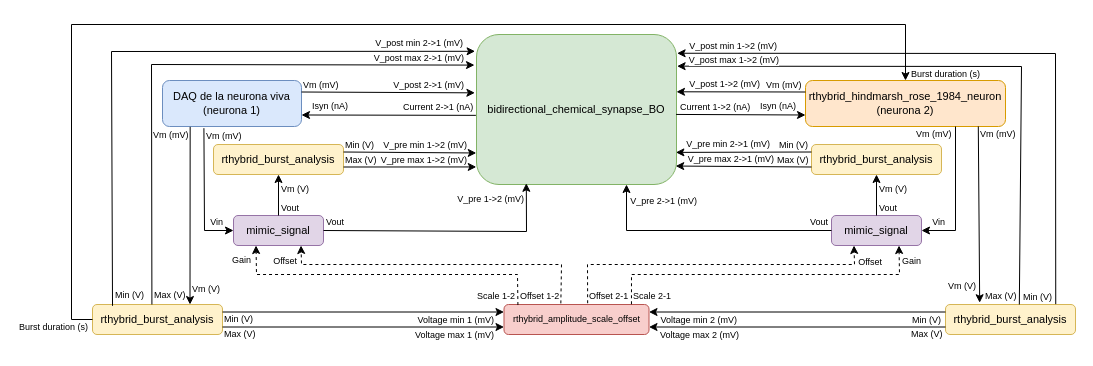
This is memoria/Workspace/TFG_Marco_Gómez/codigos_figuras/drawio/esquema_modulos_online_viva.drawio from MarcoGomezHernandez/TFG, a draw.io file, before an edit. Source tidied: cells renumbered, new cells numbered last; positions are measured from the earlier drawing's top-left corner, leaving out a move shared by most shapes. Both pictures are drawn from the tidied source at 100%, with x=0, y=0 at pixel (71, 24).
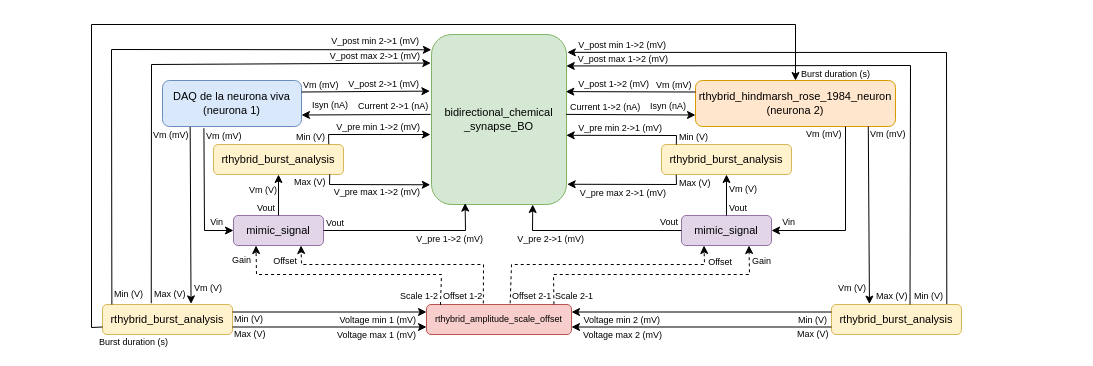
The same diagram, later.

Unchanged cells that the change refers to:
```xml
<mxCell id="4" value="DAQ de la neurona viva&lt;div&gt;(neurona 1)&lt;/div&gt;" style="rounded=1;whiteSpace=wrap;html=1;fillColor=#dae8fc;strokeColor=#6c8ebf;fontFamily=Helvetica;fontSize=11;" parent="1" vertex="1">
  <mxGeometry x="91" y="56" width="139" height="46" as="geometry" />
</mxCell>
<mxCell id="18" value="mimic_signal" style="rounded=1;whiteSpace=wrap;html=1;fillColor=#e1d5e7;strokeColor=#9673a6;fontFamily=Helvetica;fontSize=11;" parent="1" vertex="1">
  <mxGeometry x="162" y="191" width="90" height="30" as="geometry" />
</mxCell>
<mxCell id="73" value="rthybrid_burst_analysis" style="rounded=1;whiteSpace=wrap;html=1;fontFamily=Helvetica;fontSize=11;fillColor=#fff2cc;strokeColor=#d6b656;" parent="1" vertex="1">
  <mxGeometry x="142" y="120" width="130" height="30" as="geometry" />
</mxCell>
<mxCell id="74" style="endArrow=classic;html=1;rounded=0;exitX=0.5;exitY=0;exitDx=0;exitDy=0;entryX=0.5;entryY=1;entryDx=0;entryDy=0;fontFamily=Helvetica;fontSize=9;" parent="1" edge="1" source="18" target="73">
  <mxGeometry relative="1" as="geometry" />
</mxCell>
```

The edit, as a diff of the source:
```diff
@@
     <mxCell id="2" value="rthybrid_hindmarsh_rose_1984_neuron&lt;div&gt;(neurona 2)&lt;/div&gt;" style="rounded=1;whiteSpace=wrap;html=1;fillColor=#ffe6cc;strokeColor=#d79b00;fontFamily=Helvetica;fontSize=11;" parent="1" vertex="1">
-      <mxGeometry x="734" y="56" width="200" height="46" as="geometry" />
+      <mxGeometry x="624" y="56" width="200" height="46" as="geometry" />
     </mxCell>
-    <mxCell id="3" value="bidirectional_chemical_synapse_BO" style="rounded=1;whiteSpace=wrap;html=1;fillColor=#d5e8d4;strokeColor=#82b366;fontFamily=Helvetica;fontSize=11;" parent="1" vertex="1">
-      <mxGeometry x="405" y="10" width="200" height="150" as="geometry" />
+    <mxCell id="3" value="bidirectional_chemical&lt;div&gt;_synapse_BO&lt;/div&gt;" style="rounded=1;whiteSpace=wrap;html=1;fillColor=#d5e8d4;strokeColor=#82b366;fontFamily=Helvetica;fontSize=11;" parent="1" vertex="1">
+      <mxGeometry x="360" y="10" width="135" height="170" as="geometry" />
     </mxCell>
@@
     <mxCell id="5" value="rthybrid_burst_analysis" style="rounded=1;whiteSpace=wrap;html=1;fontFamily=Helvetica;fontSize=11;fillColor=#fff2cc;strokeColor=#d6b656;" parent="1" vertex="1">
-      <mxGeometry x="21" y="280" width="130" height="30" as="geometry" />
+      <mxGeometry x="31" y="280" width="130" height="30" as="geometry" />
     </mxCell>
-    <mxCell id="6" style="endArrow=classic;html=1;rounded=0;entryX=0.75;entryY=0;entryDx=0;entryDy=0;exitX=0.199;exitY=1.008;exitDx=0;exitDy=0;fontFamily=Helvetica;fontSize=9;exitPerimeter=0;" parent="1" edge="1" source="4" target="5">
+    <mxCell id="6" style="endArrow=classic;html=1;rounded=0;entryX=0.681;entryY=-0.021;entryDx=0;entryDy=0;exitX=0.199;exitY=1.008;exitDx=0;exitDy=0;fontFamily=Helvetica;fontSize=9;exitPerimeter=0;entryPerimeter=0;" parent="1" edge="1" source="4" target="5">
       <mxGeometry relative="1" as="geometry" />
     </mxCell>
@@
-    <mxCell id="9" style="endArrow=classic;html=1;rounded=0;entryX=-0.007;entryY=0.112;entryDx=0;entryDy=0;entryPerimeter=0;fontFamily=Helvetica;fontSize=9;exitX=0.154;exitY=0.045;exitDx=0;exitDy=0;exitPerimeter=0;" parent="1" edge="1" source="5" target="3">
+    <mxCell id="9" style="endArrow=classic;html=1;rounded=0;entryX=-0.001;entryY=0.09;entryDx=0;entryDy=0;entryPerimeter=0;fontFamily=Helvetica;fontSize=9;exitX=0.072;exitY=0.001;exitDx=0;exitDy=0;exitPerimeter=0;" parent="1" edge="1" source="5" target="3">
       <mxGeometry relative="1" as="geometry">
         <Array as="points">
-          <mxPoint x="40" y="27" />
+          <mxPoint x="40" y="25" />
         </Array>
       </mxGeometry>
     </mxCell>
@@
-    <mxCell id="12" style="endArrow=classic;html=1;rounded=0;exitX=0.457;exitY=0;exitDx=0;exitDy=0;entryX=-0.01;entryY=0.204;entryDx=0;entryDy=0;fontFamily=Helvetica;fontSize=9;exitPerimeter=0;entryPerimeter=0;" parent="1" edge="1" source="5" target="3">
+    <mxCell id="12" style="endArrow=classic;html=1;rounded=0;exitX=0.375;exitY=-0.042;exitDx=0;exitDy=0;entryX=-0.005;entryY=0.168;entryDx=0;entryDy=0;fontFamily=Helvetica;fontSize=9;exitPerimeter=0;entryPerimeter=0;" parent="1" edge="1" source="5" target="3">
       <mxGeometry relative="1" as="geometry">
         <Array as="points">
           <mxPoint x="80" y="40" />
         </Array>
       </mxGeometry>
     </mxCell>
@@
-    <mxCell id="15" style="endArrow=classic;html=1;rounded=0;exitX=0;exitY=0.5;exitDx=0;exitDy=0;entryX=0.5;entryY=0;entryDx=0;entryDy=0;fontFamily=Helvetica;fontSize=9;" parent="1" edge="1" source="5" target="2">
+    <mxCell id="15" style="endArrow=classic;html=1;rounded=0;entryX=0.5;entryY=0;entryDx=0;entryDy=0;fontFamily=Helvetica;fontSize=9;exitX=0;exitY=0.75;exitDx=0;exitDy=0;" parent="1" edge="1" source="5" target="2">
       <mxGeometry relative="1" as="geometry">
         <Array as="points">
-          <mxPoint y="295" />
-          <mxPoint />
-          <mxPoint x="834" />
+          <mxPoint x="20" y="303" />
+          <mxPoint x="20" />
+          <mxPoint x="724" />
         </Array>
       </mxGeometry>
     </mxCell>
     <mxCell id="16" value="&lt;span style=&quot;text-align: right;&quot;&gt;Burst duration (s)&lt;/span&gt;" style="edgeLabel;html=1;align=left;verticalAlign=bottom;fontFamily=Helvetica;fontSize=9;" parent="15" vertex="1">
       <mxGeometry x="-1" relative="1" as="geometry">
-        <mxPoint x="-75" y="15" as="offset" />
+        <mxPoint x="-5" y="22" as="offset" />
       </mxGeometry>
     </mxCell>
@@
-    <mxCell id="19" style="endArrow=classic;html=1;rounded=0;exitX=1;exitY=0.25;exitDx=0;exitDy=0;entryX=-0.008;entryY=0.389;entryDx=0;entryDy=0;fontFamily=Helvetica;fontSize=9;entryPerimeter=0;" parent="1" edge="1" source="4" target="3">
+    <mxCell id="19" style="endArrow=classic;html=1;rounded=0;exitX=1;exitY=0.25;exitDx=0;exitDy=0;entryX=-0.012;entryY=0.333;entryDx=0;entryDy=0;fontFamily=Helvetica;fontSize=9;entryPerimeter=0;" parent="1" edge="1" source="4" target="3">
       <mxGeometry relative="1" as="geometry" />
     </mxCell>
@@
     <mxCell id="22" value="rthybrid_amplitude_scale_offset" style="rounded=1;whiteSpace=wrap;html=1;fillColor=#f8cecc;strokeColor=#b85450;fontFamily=Helvetica;fontSize=9;" parent="1" vertex="1">
-      <mxGeometry x="432.5" y="280" width="145" height="30" as="geometry" />
+      <mxGeometry x="355" y="280" width="145" height="30" as="geometry" />
     </mxCell>
-    <mxCell id="23" style="endArrow=classic;html=1;rounded=0;entryX=1;entryY=0.75;entryDx=0;entryDy=0;fontFamily=Helvetica;fontSize=9;exitX=-0.003;exitY=0.539;exitDx=0;exitDy=0;exitPerimeter=0;" parent="1" edge="1" source="3" target="4">
+    <mxCell id="23" style="endArrow=classic;html=1;rounded=0;entryX=1;entryY=0.75;entryDx=0;entryDy=0;fontFamily=Helvetica;fontSize=9;exitX=-0.006;exitY=0.47;exitDx=0;exitDy=0;exitPerimeter=0;" parent="1" edge="1" source="3" target="4">
       <mxGeometry relative="1" as="geometry" />
     </mxCell>
@@
     <mxCell id="26" style="endArrow=classic;html=1;rounded=0;exitX=0.096;exitY=0.018;exitDx=0;exitDy=0;exitPerimeter=0;entryX=0.25;entryY=1;entryDx=0;entryDy=0;dashed=1;fontFamily=Helvetica;fontSize=9;" parent="1" edge="1" source="22" target="18">
       <mxGeometry relative="1" as="geometry">
         <Array as="points">
-          <mxPoint x="446" y="250" />
+          <mxPoint x="370" y="250" />
           <mxPoint x="185" y="250" />
         </Array>
       </mxGeometry>
     </mxCell>
@@
     <mxCell id="29" style="endArrow=classic;html=1;rounded=0;exitX=0.392;exitY=-0.037;exitDx=0;exitDy=0;entryX=0.75;entryY=1;entryDx=0;entryDy=0;dashed=1;exitPerimeter=0;fontFamily=Helvetica;fontSize=9;" parent="1" edge="1" source="22" target="18">
       <mxGeometry relative="1" as="geometry">
         <Array as="points">
-          <mxPoint x="490" y="240" />
+          <mxPoint x="412" y="240" />
           <mxPoint x="230" y="240" />
         </Array>
       </mxGeometry>
     </mxCell>
@@
     <mxCell id="32" value="rthybrid_burst_analysis" style="rounded=1;whiteSpace=wrap;html=1;fontFamily=Helvetica;fontSize=11;fillColor=#fff2cc;strokeColor=#d6b656;" parent="1" vertex="1">
-      <mxGeometry x="874" y="280" width="130" height="30" as="geometry" />
+      <mxGeometry x="760" y="280" width="130" height="30" as="geometry" />
     </mxCell>
-    <mxCell id="33" style="endArrow=classic;html=1;rounded=0;entryX=0.263;entryY=-0.059;entryDx=0;entryDy=0;fontFamily=Helvetica;fontSize=9;entryPerimeter=0;exitX=0.864;exitY=0.997;exitDx=0;exitDy=0;exitPerimeter=0;" parent="1" edge="1" source="2" target="32">
+    <mxCell id="33" style="endArrow=classic;html=1;rounded=0;entryX=0.292;entryY=-0.014;entryDx=0;entryDy=0;fontFamily=Helvetica;fontSize=9;entryPerimeter=0;exitX=0.864;exitY=0.997;exitDx=0;exitDy=0;exitPerimeter=0;" parent="1" edge="1" source="2" target="32">
       <mxGeometry relative="1" as="geometry" />
     </mxCell>
@@
-    <mxCell id="36" style="endArrow=classic;html=1;rounded=0;exitX=0.848;exitY=-0.013;exitDx=0;exitDy=0;entryX=1.003;entryY=0.125;entryDx=0;entryDy=0;entryPerimeter=0;fontFamily=Helvetica;fontSize=9;exitPerimeter=0;" parent="1" edge="1" source="32" target="3">
+    <mxCell id="36" style="endArrow=classic;html=1;rounded=0;fontFamily=Helvetica;fontSize=9;exitX=0.887;exitY=-0.019;exitDx=0;exitDy=0;exitPerimeter=0;entryX=1.006;entryY=0.105;entryDx=0;entryDy=0;entryPerimeter=0;" parent="1" edge="1" source="32" target="3">
       <mxGeometry relative="1" as="geometry">
         <Array as="points">
-          <mxPoint x="984" y="29" />
+          <mxPoint x="875" y="28" />
         </Array>
       </mxGeometry>
     </mxCell>
@@
-    <mxCell id="39" style="endArrow=classic;html=1;rounded=0;exitX=0.568;exitY=0;exitDx=0;exitDy=0;entryX=1.003;entryY=0.211;entryDx=0;entryDy=0;fontFamily=Helvetica;fontSize=9;exitPerimeter=0;entryPerimeter=0;" parent="1" edge="1" source="32" target="3">
+    <mxCell id="39" style="endArrow=classic;html=1;rounded=0;entryX=0.998;entryY=0.185;entryDx=0;entryDy=0;fontFamily=Helvetica;fontSize=9;entryPerimeter=0;exitX=0.604;exitY=0.005;exitDx=0;exitDy=0;exitPerimeter=0;" parent="1" edge="1" source="32" target="3">
       <mxGeometry relative="1" as="geometry">
         <Array as="points">
-          <mxPoint x="950" y="42" />
+          <mxPoint x="839" y="41" />
         </Array>
       </mxGeometry>
     </mxCell>
@@
     <mxCell id="42" value="mimic_signal" style="rounded=1;whiteSpace=wrap;html=1;fillColor=#e1d5e7;strokeColor=#9673a6;fontFamily=Helvetica;fontSize=11;" parent="1" vertex="1">
-      <mxGeometry x="760" y="191" width="90" height="30" as="geometry" />
+      <mxGeometry x="610" y="191" width="90" height="30" as="geometry" />
     </mxCell>
     <mxCell id="43" style="endArrow=classic;html=1;rounded=0;exitX=0;exitY=0.5;exitDx=0;exitDy=0;entryX=0.75;entryY=1;entryDx=0;entryDy=0;fontFamily=Helvetica;fontSize=9;" parent="1" edge="1" source="42" target="3">
       <mxGeometry relative="1" as="geometry">
         <Array as="points">
-          <mxPoint x="555" y="206" />
+          <mxPoint x="461" y="206" />
         </Array>
       </mxGeometry>
     </mxCell>
@@
     <mxCell id="45" value="&lt;span style=&quot;color: rgb(0, 0, 0);&quot;&gt;V_pre 2-&amp;gt;1 (mV)&lt;/span&gt;" style="edgeLabel;html=1;align=right;verticalAlign=bottom;fontFamily=Helvetica;fontSize=9;" parent="43" vertex="1">
       <mxGeometry x="1" relative="1" as="geometry">
-        <mxPoint x="71" y="24" as="offset" />
+        <mxPoint x="52" y="42" as="offset" />
       </mxGeometry>
     </mxCell>
-    <mxCell id="46" style="endArrow=classic;html=1;rounded=0;entryX=0;entryY=0.75;entryDx=0;entryDy=0;fontFamily=Helvetica;fontSize=9;exitX=0.998;exitY=0.533;exitDx=0;exitDy=0;exitPerimeter=0;" parent="1" edge="1" source="3" target="2">
+    <mxCell id="46" style="endArrow=classic;html=1;rounded=0;entryX=0;entryY=0.75;entryDx=0;entryDy=0;fontFamily=Helvetica;fontSize=9;exitX=0.997;exitY=0.47;exitDx=0;exitDy=0;exitPerimeter=0;" parent="1" edge="1" source="3" target="2">
       <mxGeometry relative="1" as="geometry" />
     </mxCell>
@@
     <mxCell id="49" style="endArrow=classic;html=1;rounded=0;dashed=1;entryX=0.75;entryY=1;entryDx=0;entryDy=0;exitX=0.879;exitY=-0.008;exitDx=0;exitDy=0;exitPerimeter=0;fontFamily=Helvetica;fontSize=9;" parent="1" edge="1" source="22" target="42">
       <mxGeometry relative="1" as="geometry">
         <Array as="points">
-          <mxPoint x="560" y="250" />
-          <mxPoint x="828" y="250" />
+          <mxPoint x="482" y="250" />
+          <mxPoint x="678" y="250" />
         </Array>
       </mxGeometry>
     </mxCell>
@@
     <mxCell id="52" style="endArrow=classic;html=1;rounded=0;exitX=0.577;exitY=-0.042;exitDx=0;exitDy=0;entryX=0.25;entryY=1;entryDx=0;entryDy=0;dashed=1;exitPerimeter=0;fontFamily=Helvetica;fontSize=9;" parent="1" edge="1" source="22" target="42">
       <mxGeometry relative="1" as="geometry">
         <Array as="points">
-          <mxPoint x="516" y="240" />
-          <mxPoint x="783" y="240" />
+          <mxPoint x="440" y="240" />
+          <mxPoint x="633" y="240" />
         </Array>
       </mxGeometry>
     </mxCell>
@@
     <mxCell id="70" style="endArrow=classic;html=1;rounded=0;entryX=1;entryY=0.5;entryDx=0;entryDy=0;fontFamily=Helvetica;fontSize=9;exitX=0.75;exitY=1;exitDx=0;exitDy=0;" parent="1" edge="1" source="2" target="42">
       <mxGeometry relative="1" as="geometry">
         <Array as="points">
-          <mxPoint x="884" y="206" />
+          <mxPoint x="774" y="206" />
         </Array>
       </mxGeometry>
     </mxCell>
@@
     <mxCell id="75" value="Vout" style="edgeLabel;html=1;align=left;verticalAlign=bottom;fontFamily=Helvetica;fontSize=9;" parent="74" vertex="1">
       <mxGeometry x="-1" relative="1" as="geometry">
-        <mxPoint x="1" as="offset" />
+        <mxPoint x="-23" as="offset" />
       </mxGeometry>
     </mxCell>
     <mxCell id="76" value="Vm (V)" style="edgeLabel;html=1;align=right;verticalAlign=bottom;fontFamily=Helvetica;fontSize=9;" parent="74" vertex="1">
       <mxGeometry x="1" relative="1" as="geometry">
-        <mxPoint x="31" y="22" as="offset" />
+        <mxPoint x="-1" y="23" as="offset" />
       </mxGeometry>
     </mxCell>
-    <mxCell id="77" style="endArrow=classic;html=1;rounded=0;fontFamily=Helvetica;fontSize=9;exitX=1;exitY=0.75;exitDx=0;exitDy=0;entryX=-0.001;entryY=0.883;entryDx=0;entryDy=0;entryPerimeter=0;" parent="1" edge="1" source="73" target="3">
-      <mxGeometry relative="1" as="geometry" />
-    </mxCell>
-    <mxCell id="78" value="&lt;span style=&quot;text-align: right;&quot;&gt;Max (V)&lt;/span&gt;" style="edgeLabel;html=1;align=left;verticalAlign=bottom;fontFamily=Helvetica;fontSize=9;" parent="77" vertex="1">
-      <mxGeometry x="-1" relative="1" as="geometry" />
-    </mxCell>
-    <mxCell id="79" value="V_pre max 1-&amp;gt;2 (mV)" style="edgeLabel;html=1;align=right;verticalAlign=bottom;fontFamily=Helvetica;fontSize=9;" parent="77" vertex="1">
-      <mxGeometry x="1" relative="1" as="geometry">
-        <mxPoint x="-9" y="1" as="offset" />
-      </mxGeometry>
-    </mxCell>
-    <mxCell id="80" style="endArrow=classic;html=1;rounded=0;fontFamily=Helvetica;fontSize=9;exitX=1;exitY=0.25;exitDx=0;exitDy=0;entryX=-0.001;entryY=0.79;entryDx=0;entryDy=0;entryPerimeter=0;" parent="1" edge="1" source="73" target="3">
-      <mxGeometry relative="1" as="geometry" />
+    <mxCell id="80" style="endArrow=classic;html=1;rounded=0;fontFamily=Helvetica;fontSize=9;exitX=0.887;exitY=-0.011;exitDx=0;exitDy=0;exitPerimeter=0;" parent="1" edge="1" source="73">
+      <mxGeometry relative="1" as="geometry">
+        <mxPoint x="359" y="110" as="targetPoint" />
+        <Array as="points">
+          <mxPoint x="257" y="110" />
+        </Array>
+      </mxGeometry>
     </mxCell>
     <mxCell id="81" value="&lt;span style=&quot;text-align: right;&quot;&gt;Min (V)&lt;/span&gt;" style="edgeLabel;html=1;align=left;verticalAlign=bottom;fontFamily=Helvetica;fontSize=9;" parent="80" vertex="1">
-      <mxGeometry x="-1" relative="1" as="geometry" />
+      <mxGeometry x="-1" relative="1" as="geometry">
+        <mxPoint x="-34" as="offset" />
+      </mxGeometry>
     </mxCell>
     <mxCell id="82" value="V_pre min 1-&amp;gt;2 (mV)" style="edgeLabel;html=1;align=right;verticalAlign=bottom;fontFamily=Helvetica;fontSize=9;" parent="80" vertex="1">
       <mxGeometry x="1" relative="1" as="geometry">
-        <mxPoint x="-9" y="-1" as="offset" />
+        <mxPoint x="-10" as="offset" />
       </mxGeometry>
     </mxCell>
     <mxCell id="83" value="rthybrid_burst_analysis" style="rounded=1;whiteSpace=wrap;html=1;fontFamily=Helvetica;fontSize=11;fillColor=#fff2cc;strokeColor=#d6b656;" parent="1" vertex="1">
-      <mxGeometry x="740" y="120" width="130" height="30" as="geometry" />
+      <mxGeometry x="590" y="120" width="130" height="30" as="geometry" />
     </mxCell>
@@
-    <mxCell id="87" style="endArrow=classic;html=1;rounded=0;fontFamily=Helvetica;fontSize=9;exitX=0;exitY=0.75;exitDx=0;exitDy=0;entryX=0.996;entryY=0.877;entryDx=0;entryDy=0;entryPerimeter=0;" parent="1" edge="1" source="83" target="3">
-      <mxGeometry relative="1" as="geometry" />
+    <mxCell id="87" style="endArrow=classic;html=1;rounded=0;fontFamily=Helvetica;fontSize=9;exitX=0.113;exitY=1.006;exitDx=0;exitDy=0;entryX=1.005;entryY=0.881;entryDx=0;entryDy=0;entryPerimeter=0;exitPerimeter=0;" parent="1" edge="1" source="83" target="3">
+      <mxGeometry relative="1" as="geometry">
+        <Array as="points">
+          <mxPoint x="605" y="160" />
+        </Array>
+      </mxGeometry>
     </mxCell>
     <mxCell id="88" value="&lt;span style=&quot;text-align: right;&quot;&gt;Max (V)&lt;/span&gt;" style="edgeLabel;html=1;align=left;verticalAlign=bottom;fontFamily=Helvetica;fontSize=9;" parent="87" vertex="1">
       <mxGeometry x="-1" relative="1" as="geometry">
-        <mxPoint x="-36" as="offset" />
+        <mxPoint x="1" y="16" as="offset" />
       </mxGeometry>
     </mxCell>
     <mxCell id="89" value="V_pre max 2-&amp;gt;1 (mV)" style="edgeLabel;html=1;align=right;verticalAlign=bottom;fontFamily=Helvetica;fontSize=9;" parent="87" vertex="1">
       <mxGeometry x="1" relative="1" as="geometry">
-        <mxPoint x="99" as="offset" />
+        <mxPoint x="99" y="16" as="offset" />
       </mxGeometry>
     </mxCell>
-    <mxCell id="90" style="endArrow=classic;html=1;rounded=0;fontFamily=Helvetica;fontSize=9;exitX=0;exitY=0.25;exitDx=0;exitDy=0;entryX=0.997;entryY=0.786;entryDx=0;entryDy=0;entryPerimeter=0;" parent="1" edge="1" source="83" target="3">
-      <mxGeometry relative="1" as="geometry" />
+    <mxCell id="90" style="endArrow=classic;html=1;rounded=0;fontFamily=Helvetica;fontSize=9;exitX=0.114;exitY=0.007;exitDx=0;exitDy=0;entryX=0.998;entryY=0.593;entryDx=0;entryDy=0;entryPerimeter=0;exitPerimeter=0;" parent="1" edge="1" source="83" target="3">
+      <mxGeometry relative="1" as="geometry">
+        <Array as="points">
+          <mxPoint x="605" y="111" />
+        </Array>
+      </mxGeometry>
     </mxCell>
     <mxCell id="91" value="&lt;span style=&quot;text-align: right;&quot;&gt;Min (V)&lt;/span&gt;" style="edgeLabel;html=1;align=left;verticalAlign=bottom;fontFamily=Helvetica;fontSize=9;" parent="90" vertex="1">
       <mxGeometry x="-1" relative="1" as="geometry">
-        <mxPoint x="-34" as="offset" />
+        <mxPoint x="1" as="offset" />
       </mxGeometry>
     </mxCell>
     <mxCell id="92" value="V_pre min 2-&amp;gt;1 (mV)" style="edgeLabel;html=1;align=right;verticalAlign=bottom;fontFamily=Helvetica;fontSize=9;" parent="90" vertex="1">
       <mxGeometry x="1" relative="1" as="geometry">
-        <mxPoint x="95" y="-1" as="offset" />
+        <mxPoint x="96" as="offset" />
       </mxGeometry>
     </mxCell>
-    <mxCell id="93" style="endArrow=classic;html=1;rounded=0;fontFamily=Helvetica;fontSize=9;exitX=0;exitY=0.25;exitDx=0;exitDy=0;entryX=1;entryY=0.382;entryDx=0;entryDy=0;entryPerimeter=0;" parent="1" edge="1" source="2" target="3">
+    <mxCell id="93" style="endArrow=classic;html=1;rounded=0;fontFamily=Helvetica;fontSize=9;exitX=0;exitY=0.25;exitDx=0;exitDy=0;entryX=0.995;entryY=0.336;entryDx=0;entryDy=0;entryPerimeter=0;" parent="1" edge="1" source="2" target="3">
       <mxGeometry relative="1" as="geometry" />
     </mxCell>
@@
     <mxCell id="96" style="endArrow=classic;html=1;rounded=0;exitX=1;exitY=0.5;exitDx=0;exitDy=0;entryX=0.249;entryY=0.992;entryDx=0;entryDy=0;fontFamily=Helvetica;fontSize=9;entryPerimeter=0;" parent="1" edge="1" source="18" target="3">
       <mxGeometry relative="1" as="geometry">
         <Array as="points">
-          <mxPoint x="455" y="207" />
+          <mxPoint x="394" y="206" />
         </Array>
       </mxGeometry>
     </mxCell>
     <mxCell id="97" value="Vout" style="edgeLabel;html=1;align=left;verticalAlign=bottom;fontFamily=Helvetica;fontSize=9;" parent="96" vertex="1">
       <mxGeometry x="-1" relative="1" as="geometry">
-        <mxPoint x="1" y="-1" as="offset" />
+        <mxPoint x="1" as="offset" />
       </mxGeometry>
     </mxCell>
     <mxCell id="98" value="V_pre 1-&amp;gt;2 (mV)" style="edgeLabel;html=1;align=right;verticalAlign=bottom;fontFamily=Helvetica;fontSize=9;" parent="96" vertex="1">
       <mxGeometry x="1" relative="1" as="geometry">
-        <mxPoint x="-2" y="23" as="offset" />
+        <mxPoint x="18" y="43" as="offset" />
       </mxGeometry>
     </mxCell>
+    <mxCell id="77" style="endArrow=classic;html=1;rounded=0;fontFamily=Helvetica;fontSize=9;entryX=-0.009;entryY=0.884;entryDx=0;entryDy=0;entryPerimeter=0;exitX=0.894;exitY=0.993;exitDx=0;exitDy=0;exitPerimeter=0;" parent="1" edge="1" source="73" target="3">
+      <mxGeometry relative="1" as="geometry">
+        <Array as="points">
+          <mxPoint x="258" y="160" />
+        </Array>
+      </mxGeometry>
+    </mxCell>
+    <mxCell id="78" value="&lt;span style=&quot;text-align: right;&quot;&gt;Max (V)&lt;/span&gt;" style="edgeLabel;html=1;align=left;verticalAlign=bottom;fontFamily=Helvetica;fontSize=9;" parent="77" vertex="1">
+      <mxGeometry x="-1" relative="1" as="geometry">
+        <mxPoint x="-37" y="15" as="offset" />
+      </mxGeometry>
+    </mxCell>
+    <mxCell id="79" value="V_pre max 1-&amp;gt;2 (mV)" style="edgeLabel;html=1;align=right;verticalAlign=bottom;fontFamily=Helvetica;fontSize=9;" parent="77" vertex="1">
+      <mxGeometry x="1" relative="1" as="geometry">
+        <mxPoint x="-10" y="15" as="offset" />
+      </mxGeometry>
+    </mxCell>
```
